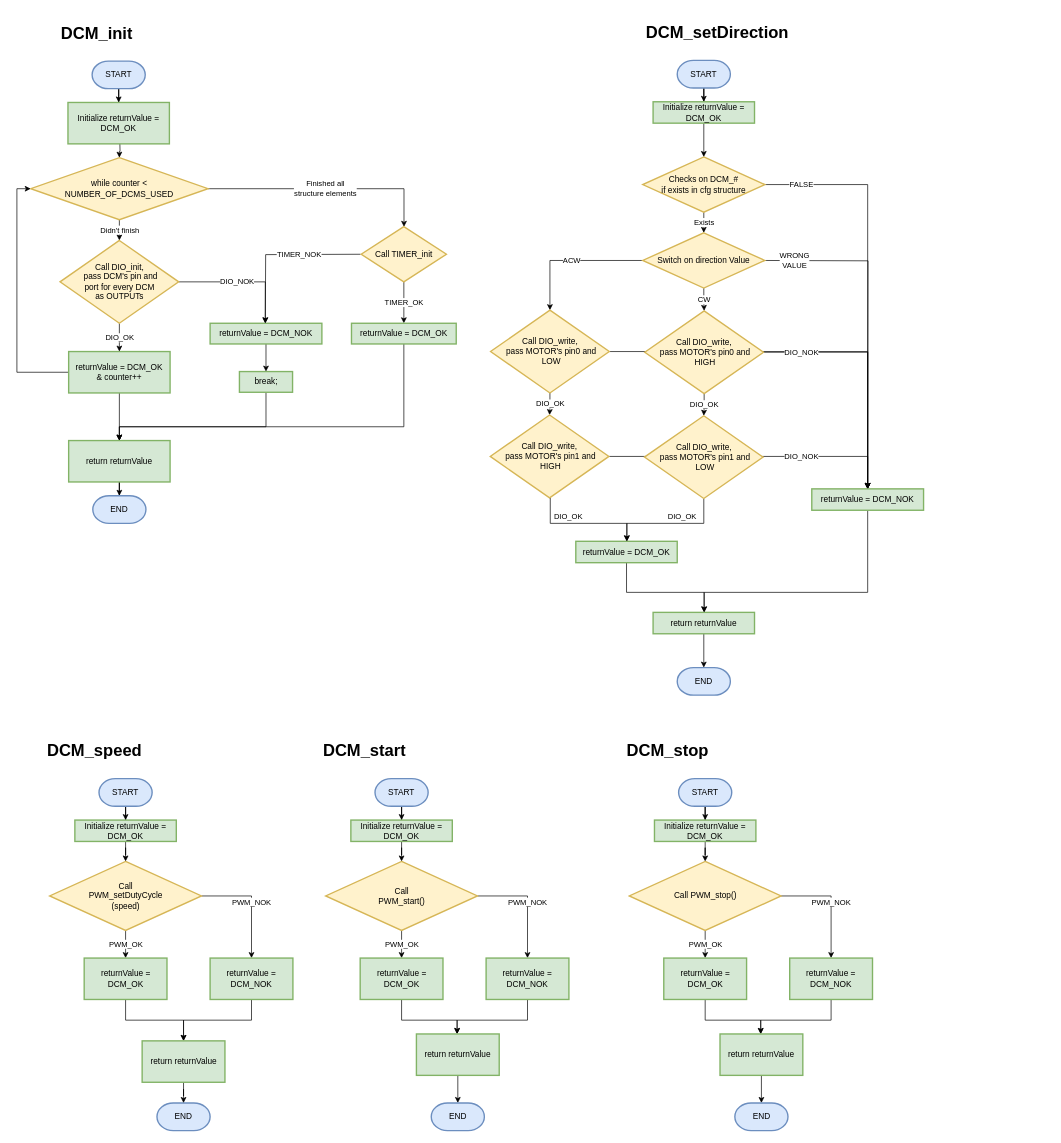
Above: Documents/Flowcharts/Flowcharts - Drawio/DCM.drawio in HossamElwahsh/ObstacleAvoidanceCar-Project-Atmega32-Sprints (draw.io), before the change. Source tidied: cells renumbered, new cells numbered last; positions are measured from the earlier drawing's top-left corner, leaving out a move shared by most shapes. Both pictures are drawn from the tidied source at 69%, with x=0, y=0 at pixel (17, 19).
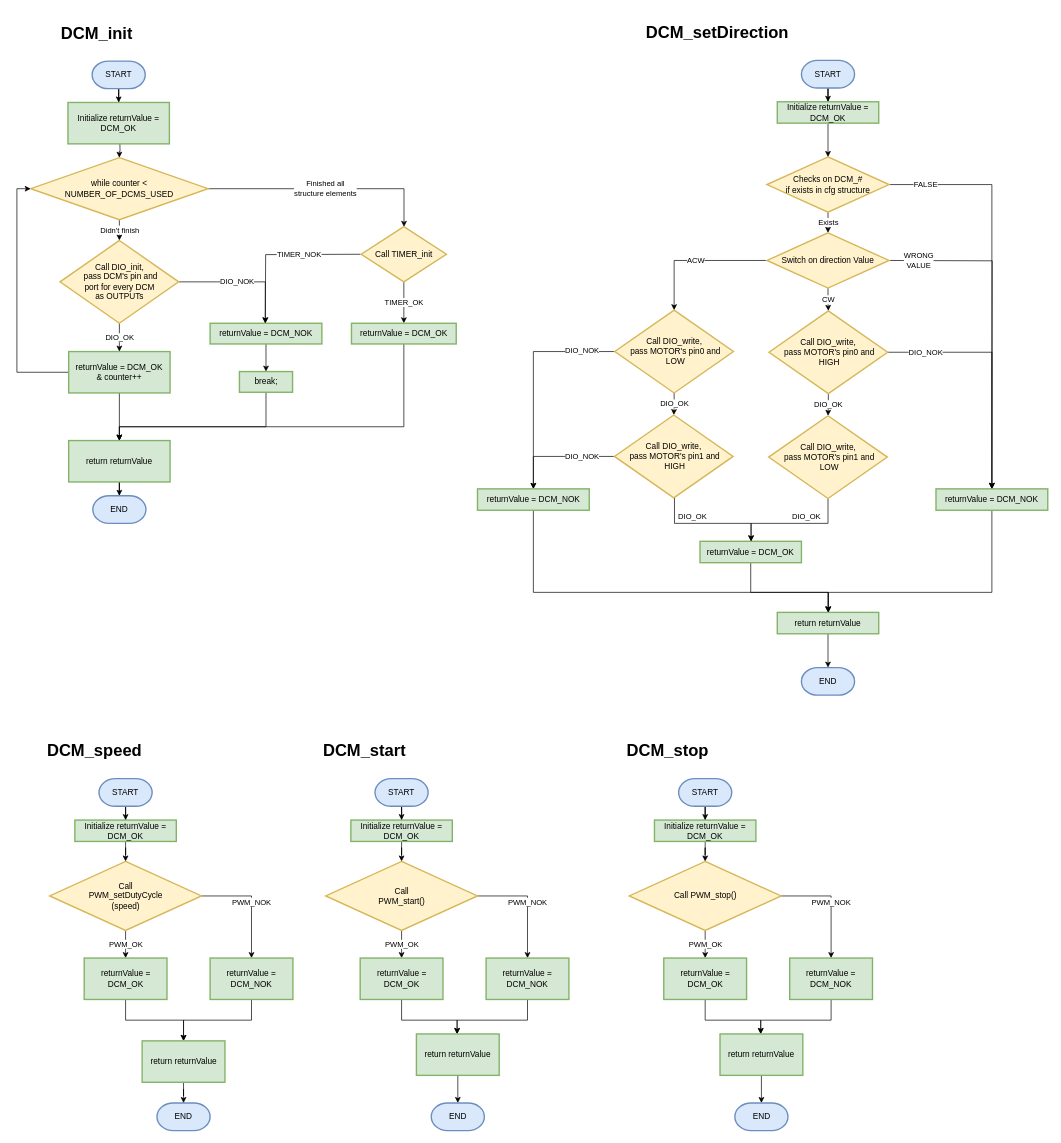
The same diagram, later.

Commit message (it also covers changes not shown here):
fix (DCM): fixing DCM_setDirection design

What changed in the source:
```diff
@@
-    <mxCell id="2" style="edgeStyle=orthogonalEdgeStyle;rounded=0;jettySize=auto;html=1;exitX=1;exitY=0.5;exitDx=0;exitDy=0;entryX=0.5;entryY=0;entryDx=0;entryDy=0;" parent="1" edge="1" source="55" target="44">
-      <mxGeometry relative="1" as="geometry" />
-    </mxCell>
-    <mxCell id="3" value="DIO_NOK&lt;br&gt;" style="edgeStyle=orthogonalEdgeStyle;rounded=0;jettySize=auto;html=1;" parent="1" edge="1" source="57" target="44">
-      <mxGeometry x="0.32" relative="1" as="geometry">
-        <Array as="points">
-          <mxPoint x="1233" y="634" />
-        </Array>
-      </mxGeometry>
-    </mxCell>
@@
     <mxCell id="31" value="START" style="strokeWidth=2;html=1;shape=mxgraph.flowchart.terminator;whiteSpace=wrap;fillColor=#dae8fc;strokeColor=#6c8ebf;fontFamily=Helvetica;" parent="1" vertex="1">
-      <mxGeometry x="957" y="60" width="77" height="40" as="geometry" />
+      <mxGeometry x="1137" y="60" width="77" height="40" as="geometry" />
     </mxCell>
@@
     <mxCell id="34" value="Checks on DCM_#&lt;br&gt;if exists in cfg structure" style="rhombus;whiteSpace=wrap;html=1;fillColor=#fff2cc;strokeColor=#d6b656;strokeWidth=2;fontFamily=Helvetica;" parent="1" vertex="1">
-      <mxGeometry x="907" y="200" width="177" height="80" as="geometry" />
+      <mxGeometry x="1087" y="200" width="177" height="80" as="geometry" />
     </mxCell>
@@
     <mxCell id="36" value="Initialize returnValue = DCM_OK" style="whiteSpace=wrap;html=1;fillColor=#d5e8d4;strokeColor=#82b366;strokeWidth=2;fontFamily=Helvetica;" parent="1" vertex="1">
-      <mxGeometry x="922" y="120" width="147" height="31" as="geometry" />
+      <mxGeometry x="1102" y="120" width="147" height="31" as="geometry" />
     </mxCell>
@@
     <mxCell id="38" style="edgeStyle=orthogonalEdgeStyle;rounded=0;jettySize=auto;html=1;" parent="1" edge="1" source="39" target="41">
       <mxGeometry relative="1" as="geometry">
         <Array as="points">
-          <mxPoint x="884" y="831" />
-          <mxPoint x="996" y="831" />
+          <mxPoint x="1064" y="831" />
+          <mxPoint x="1176" y="831" />
         </Array>
       </mxGeometry>
     </mxCell>
     <mxCell id="39" value="returnValue = DCM_OK" style="whiteSpace=wrap;html=1;fillColor=#d5e8d4;strokeColor=#82b366;strokeWidth=2;fontFamily=Helvetica;" parent="1" vertex="1">
-      <mxGeometry x="810" y="757" width="147" height="31" as="geometry" />
+      <mxGeometry x="990" y="757" width="147" height="31" as="geometry" />
     </mxCell>
@@
     <mxCell id="41" value="return returnValue" style="whiteSpace=wrap;html=1;fillColor=#d5e8d4;strokeColor=#82b366;strokeWidth=2;fontFamily=Helvetica;" parent="1" vertex="1">
-      <mxGeometry x="922" y="860" width="147" height="31" as="geometry" />
+      <mxGeometry x="1102" y="860" width="147" height="31" as="geometry" />
     </mxCell>
     <mxCell id="42" value="END" style="strokeWidth=2;html=1;shape=mxgraph.flowchart.terminator;whiteSpace=wrap;fillColor=#dae8fc;strokeColor=#6c8ebf;fontFamily=Helvetica;" parent="1" vertex="1">
-      <mxGeometry x="957" y="940" width="77" height="40" as="geometry" />
+      <mxGeometry x="1137" y="940" width="77" height="40" as="geometry" />
     </mxCell>
     <mxCell id="43" style="edgeStyle=orthogonalEdgeStyle;rounded=0;jettySize=auto;html=1;" parent="1" edge="1" source="44" target="41">
       <mxGeometry relative="1" as="geometry">
         <Array as="points">
-          <mxPoint x="1233" y="831" />
-          <mxPoint x="996" y="831" />
+          <mxPoint x="1413" y="831" />
+          <mxPoint x="1176" y="831" />
         </Array>
       </mxGeometry>
     </mxCell>
     <mxCell id="44" value="returnValue = DCM_NOK" style="whiteSpace=wrap;html=1;fillColor=#d5e8d4;strokeColor=#82b366;strokeWidth=2;" parent="1" vertex="1">
-      <mxGeometry x="1152" y="681" width="162" height="31" as="geometry" />
+      <mxGeometry x="1332" y="681" width="162" height="31" as="geometry" />
     </mxCell>
     <mxCell id="45" value="DIO_NOK&lt;br&gt;" style="edgeStyle=orthogonalEdgeStyle;rounded=0;jettySize=auto;html=1;" parent="1" edge="1" source="47" target="44">
       <mxGeometry x="-0.69" relative="1" as="geometry">
         <Array as="points">
-          <mxPoint x="1233" y="483" />
+          <mxPoint x="1413" y="483" />
         </Array>
         <mxPoint x="1" as="offset" />
       </mxGeometry>
     </mxCell>
@@
     <mxCell id="47" value="Call DIO_write,&lt;br&gt;&amp;nbsp;pass MOTOR's pin0 and&lt;br&gt;&amp;nbsp;HIGH" style="rhombus;whiteSpace=wrap;html=1;fillColor=#fff2cc;strokeColor=#d6b656;strokeWidth=2;" parent="1" vertex="1">
-      <mxGeometry x="910" y="423" width="172" height="120" as="geometry" />
+      <mxGeometry x="1090" y="423" width="172" height="120" as="geometry" />
     </mxCell>
@@
     <mxCell id="49" value="WRONG&lt;br&gt;VALUE" style="edgeStyle=orthogonalEdgeStyle;rounded=0;orthogonalLoop=1;jettySize=auto;html=1;" parent="1" edge="1">
       <mxGeometry x="-0.82" relative="1" as="geometry">
-        <mxPoint x="1084" y="350" as="sourcePoint" />
-        <mxPoint x="1233" y="681" as="targetPoint" />
+        <mxPoint x="1264" y="350" as="sourcePoint" />
+        <mxPoint x="1413" y="681" as="targetPoint" />
       </mxGeometry>
     </mxCell>
@@
     <mxCell id="51" value="Switch on direction Value" style="rhombus;whiteSpace=wrap;html=1;fillColor=#fff2cc;strokeColor=#d6b656;strokeWidth=2;fontFamily=Helvetica;" parent="1" vertex="1">
-      <mxGeometry x="907" y="310" width="177" height="80" as="geometry" />
+      <mxGeometry x="1087" y="310" width="177" height="80" as="geometry" />
     </mxCell>
     <mxCell id="52" value="DIO_OK&lt;br&gt;" style="edgeStyle=orthogonalEdgeStyle;rounded=0;jettySize=auto;html=1;" parent="1" edge="1" source="53" target="39">
       <mxGeometry x="-0.22" y="-10" relative="1" as="geometry">
         <Array as="points">
-          <mxPoint x="996" y="731" />
-          <mxPoint x="884" y="731" />
+          <mxPoint x="1176" y="731" />
+          <mxPoint x="1064" y="731" />
         </Array>
       </mxGeometry>
     </mxCell>
     <mxCell id="53" value="Call DIO_write,&lt;br&gt;&amp;nbsp;pass MOTOR's pin1 and&lt;br&gt;&amp;nbsp;LOW" style="rhombus;whiteSpace=wrap;html=1;fillColor=#fff2cc;strokeColor=#d6b656;strokeWidth=2;" parent="1" vertex="1">
-      <mxGeometry x="909.5" y="575" width="172" height="120" as="geometry" />
+      <mxGeometry x="1089.5" y="575" width="172" height="120" as="geometry" />
     </mxCell>
@@
+    <mxCell id="103" value="DIO_NOK" style="edgeStyle=orthogonalEdgeStyle;rounded=0;jettySize=auto;html=1;exitX=0;exitY=0.5;exitDx=0;exitDy=0;entryX=0.5;entryY=0;entryDx=0;entryDy=0;" parent="1" edge="1" source="55" target="106">
+      <mxGeometry x="-0.7" y="-1" relative="1" as="geometry" />
+    </mxCell>
     <mxCell id="55" value="Call DIO_write,&lt;br&gt;&amp;nbsp;pass MOTOR's pin0 and&lt;br&gt;&amp;nbsp;LOW" style="rhombus;whiteSpace=wrap;html=1;fillColor=#fff2cc;strokeColor=#d6b656;strokeWidth=2;" parent="1" vertex="1">
-      <mxGeometry x="686.5" y="422" width="172" height="120" as="geometry" />
+      <mxGeometry x="866.5" y="422" width="172" height="120" as="geometry" />
     </mxCell>
     <mxCell id="56" value="DIO_OK" style="edgeStyle=orthogonalEdgeStyle;rounded=0;jettySize=auto;html=1;exitX=0.5;exitY=1;exitDx=0;exitDy=0;" parent="1" edge="1" source="57">
       <mxGeometry x="-0.27" y="10" relative="1" as="geometry">
-        <mxPoint x="884" y="757" as="targetPoint" />
+        <mxPoint x="1064" y="757" as="targetPoint" />
         <Array as="points">
-          <mxPoint x="773" y="694" />
-          <mxPoint x="773" y="731" />
-          <mxPoint x="884" y="731" />
+          <mxPoint x="953" y="694" />
+          <mxPoint x="953" y="731" />
+          <mxPoint x="1064" y="731" />
         </Array>
       </mxGeometry>
     </mxCell>
+    <mxCell id="104" value="DIO_NOK" style="edgeStyle=orthogonalEdgeStyle;rounded=0;jettySize=auto;html=1;exitX=0;exitY=0.5;exitDx=0;exitDy=0;entryX=0.5;entryY=0;entryDx=0;entryDy=0;" parent="1" edge="1" source="57" target="106">
+      <mxGeometry x="-0.43" relative="1" as="geometry" />
+    </mxCell>
     <mxCell id="57" value="Call DIO_write,&lt;br&gt;&amp;nbsp;pass MOTOR's pin1 and&lt;br&gt;&amp;nbsp;HIGH" style="rhombus;whiteSpace=wrap;html=1;fillColor=#fff2cc;strokeColor=#d6b656;strokeWidth=2;" parent="1" vertex="1">
-      <mxGeometry x="686" y="574" width="172" height="120" as="geometry" />
+      <mxGeometry x="866" y="574" width="172" height="120" as="geometry" />
     </mxCell>
@@
+    <mxCell id="105" style="edgeStyle=orthogonalEdgeStyle;rounded=0;jettySize=auto;html=1;exitX=0.5;exitY=1;exitDx=0;exitDy=0;entryX=0.5;entryY=0;entryDx=0;entryDy=0;" parent="1" edge="1" source="106" target="41">
+      <mxGeometry relative="1" as="geometry">
+        <Array as="points">
+          <mxPoint x="749" y="831" />
+          <mxPoint x="1176" y="831" />
+        </Array>
+      </mxGeometry>
+    </mxCell>
+    <mxCell id="106" value="returnValue = DCM_NOK" style="whiteSpace=wrap;html=1;fillColor=#d5e8d4;strokeColor=#82b366;strokeWidth=2;" parent="1" vertex="1">
+      <mxGeometry x="667.5" y="681" width="162" height="31" as="geometry" />
+    </mxCell>
```
